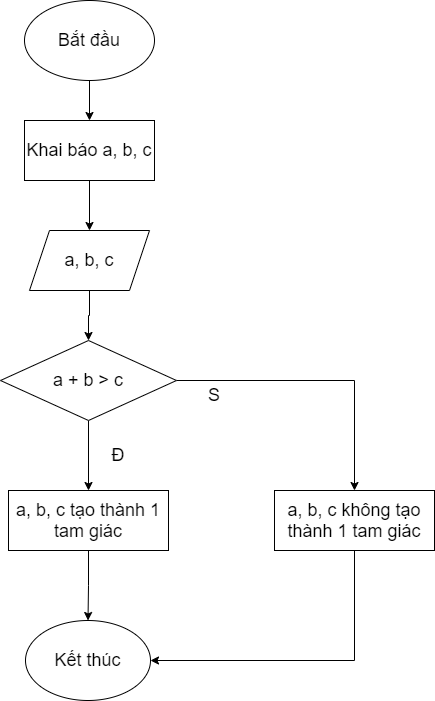
This is lưu đồ bài 11.png from CorpseK/noobmaster69, a draw.io export, as it was before one commit. Source tidied: cells renumbered, new cells last; positions are measured from the earlier drawing's top-left corner, leaving out a move shared by most shapes.
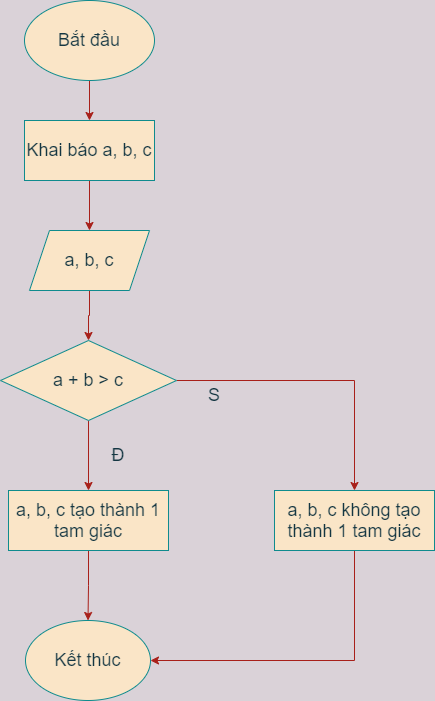
Above is the later version.

What changed in the source:
```diff
@@ -1,57 +1,57 @@
-<mxGraphModel>
+<mxGraphModel background="#DAD2D8">
   <root>
     <mxCell id="0" />
     <mxCell id="1" parent="0" />
-    <mxCell id="2" style="edgeStyle=orthogonalEdgeStyle;rounded=0;jettySize=auto;html=1;fontSize=18;" parent="1" edge="1" source="3" target="5">
+    <mxCell id="2" style="edgeStyle=orthogonalEdgeStyle;rounded=0;jettySize=auto;html=1;fontSize=18;labelBackgroundColor=#DAD2D8;strokeColor=#A8201A;fontColor=#143642;" parent="1" edge="1" source="3" target="5">
       <mxGeometry relative="1" as="geometry" />
     </mxCell>
-    <mxCell id="3" value="&lt;font style=&quot;font-size: 18px&quot;&gt;Bắt đầu&lt;/font&gt;" style="ellipse;whiteSpace=wrap;html=1;" parent="1" vertex="1">
+    <mxCell id="3" value="&lt;font style=&quot;font-size: 18px&quot;&gt;Bắt đầu&lt;/font&gt;" style="ellipse;whiteSpace=wrap;html=1;fillColor=#FAE5C7;strokeColor=#0F8B8D;fontColor=#143642;" parent="1" vertex="1">
       <mxGeometry x="24" width="130" height="80" as="geometry" />
     </mxCell>
-    <mxCell id="4" style="edgeStyle=orthogonalEdgeStyle;rounded=0;jettySize=auto;html=1;fontSize=18;" parent="1" edge="1" source="5" target="7">
+    <mxCell id="4" style="edgeStyle=orthogonalEdgeStyle;rounded=0;jettySize=auto;html=1;fontSize=18;labelBackgroundColor=#DAD2D8;strokeColor=#A8201A;fontColor=#143642;" parent="1" edge="1" source="5" target="7">
       <mxGeometry relative="1" as="geometry" />
     </mxCell>
-    <mxCell id="5" value="Khai báo a, b, c" style="rounded=0;whiteSpace=wrap;html=1;fontSize=18;" parent="1" vertex="1">
+    <mxCell id="5" value="Khai báo a, b, c" style="rounded=0;whiteSpace=wrap;html=1;fontSize=18;fillColor=#FAE5C7;strokeColor=#0F8B8D;fontColor=#143642;" parent="1" vertex="1">
       <mxGeometry x="24" y="120" width="130" height="60" as="geometry" />
     </mxCell>
-    <mxCell id="6" style="edgeStyle=orthogonalEdgeStyle;rounded=0;jettySize=auto;html=1;fontSize=18;" parent="1" edge="1" source="7" target="10">
+    <mxCell id="6" style="edgeStyle=orthogonalEdgeStyle;rounded=0;jettySize=auto;html=1;fontSize=18;labelBackgroundColor=#DAD2D8;strokeColor=#A8201A;fontColor=#143642;" parent="1" edge="1" source="7" target="10">
       <mxGeometry relative="1" as="geometry" />
     </mxCell>
-    <mxCell id="7" value="a, b, c" style="shape=parallelogram;perimeter=parallelogramPerimeter;whiteSpace=wrap;html=1;fixedSize=1;fontSize=18;" parent="1" vertex="1">
+    <mxCell id="7" value="a, b, c" style="shape=parallelogram;perimeter=parallelogramPerimeter;whiteSpace=wrap;html=1;fixedSize=1;fontSize=18;fillColor=#FAE5C7;strokeColor=#0F8B8D;fontColor=#143642;" parent="1" vertex="1">
       <mxGeometry x="29" y="230" width="120" height="60" as="geometry" />
     </mxCell>
-    <mxCell id="8" style="edgeStyle=orthogonalEdgeStyle;rounded=0;jettySize=auto;html=1;fontSize=18;" parent="1" edge="1" source="10" target="12">
+    <mxCell id="8" style="edgeStyle=orthogonalEdgeStyle;rounded=0;jettySize=auto;html=1;fontSize=18;labelBackgroundColor=#DAD2D8;strokeColor=#A8201A;fontColor=#143642;" parent="1" edge="1" source="10" target="12">
       <mxGeometry relative="1" as="geometry" />
     </mxCell>
-    <mxCell id="9" style="edgeStyle=orthogonalEdgeStyle;rounded=0;jettySize=auto;html=1;entryX=0.5;entryY=0;entryDx=0;entryDy=0;fontSize=18;" parent="1" edge="1" source="10" target="15">
+    <mxCell id="9" style="edgeStyle=orthogonalEdgeStyle;rounded=0;jettySize=auto;html=1;entryX=0.5;entryY=0;entryDx=0;entryDy=0;fontSize=18;labelBackgroundColor=#DAD2D8;strokeColor=#A8201A;fontColor=#143642;" parent="1" edge="1" source="10" target="15">
       <mxGeometry relative="1" as="geometry" />
     </mxCell>
-    <mxCell id="10" value="a + b &amp;gt; c" style="rhombus;whiteSpace=wrap;html=1;fontSize=18;" parent="1" vertex="1">
+    <mxCell id="10" value="a + b &amp;gt; c" style="rhombus;whiteSpace=wrap;html=1;fontSize=18;fillColor=#FAE5C7;strokeColor=#0F8B8D;fontColor=#143642;" parent="1" vertex="1">
       <mxGeometry y="340" width="176" height="80" as="geometry" />
     </mxCell>
-    <mxCell id="11" style="edgeStyle=orthogonalEdgeStyle;rounded=0;jettySize=auto;html=1;entryX=0.5;entryY=0;entryDx=0;entryDy=0;fontSize=18;" parent="1" edge="1" source="12" target="13">
+    <mxCell id="11" style="edgeStyle=orthogonalEdgeStyle;rounded=0;jettySize=auto;html=1;entryX=0.5;entryY=0;entryDx=0;entryDy=0;fontSize=18;labelBackgroundColor=#DAD2D8;strokeColor=#A8201A;fontColor=#143642;" parent="1" edge="1" source="12" target="13">
       <mxGeometry relative="1" as="geometry" />
     </mxCell>
-    <mxCell id="12" value="a, b, c tạo thành 1 tam giác" style="rounded=0;whiteSpace=wrap;html=1;fontSize=18;" parent="1" vertex="1">
+    <mxCell id="12" value="a, b, c tạo thành 1 tam giác" style="rounded=0;whiteSpace=wrap;html=1;fontSize=18;fillColor=#FAE5C7;strokeColor=#0F8B8D;fontColor=#143642;" parent="1" vertex="1">
       <mxGeometry x="8" y="490" width="160" height="60" as="geometry" />
     </mxCell>
-    <mxCell id="13" value="Kết thúc" style="ellipse;whiteSpace=wrap;html=1;fontSize=18;" parent="1" vertex="1">
+    <mxCell id="13" value="Kết thúc" style="ellipse;whiteSpace=wrap;html=1;fontSize=18;fillColor=#FAE5C7;strokeColor=#0F8B8D;fontColor=#143642;" parent="1" vertex="1">
       <mxGeometry x="25" y="620" width="125" height="80" as="geometry" />
     </mxCell>
-    <mxCell id="14" style="edgeStyle=orthogonalEdgeStyle;rounded=0;jettySize=auto;html=1;fontSize=18;entryX=1;entryY=0.5;entryDx=0;entryDy=0;" parent="1" edge="1" source="15" target="13">
+    <mxCell id="14" style="edgeStyle=orthogonalEdgeStyle;rounded=0;jettySize=auto;html=1;fontSize=18;entryX=1;entryY=0.5;entryDx=0;entryDy=0;labelBackgroundColor=#DAD2D8;strokeColor=#A8201A;fontColor=#143642;" parent="1" edge="1" source="15" target="13">
       <mxGeometry relative="1" as="geometry">
         <Array as="points">
           <mxPoint x="354" y="660" />
         </Array>
       </mxGeometry>
     </mxCell>
-    <mxCell id="15" value="a, b, c không tạo thành 1 tam giác" style="rounded=0;whiteSpace=wrap;html=1;fontSize=18;" parent="1" vertex="1">
+    <mxCell id="15" value="a, b, c không tạo thành 1 tam giác" style="rounded=0;whiteSpace=wrap;html=1;fontSize=18;fillColor=#FAE5C7;strokeColor=#0F8B8D;fontColor=#143642;" parent="1" vertex="1">
       <mxGeometry x="274" y="490" width="160" height="60" as="geometry" />
     </mxCell>
-    <mxCell id="16" value="Đ" style="text;html=1;strokeColor=none;fillColor=none;align=center;verticalAlign=middle;whiteSpace=wrap;rounded=0;fontSize=18;" parent="1" vertex="1">
+    <mxCell id="16" value="Đ" style="text;html=1;strokeColor=none;fillColor=none;align=center;verticalAlign=middle;whiteSpace=wrap;rounded=0;fontSize=18;fontColor=#143642;" parent="1" vertex="1">
       <mxGeometry x="88" y="440" width="60" height="30" as="geometry" />
     </mxCell>
-    <mxCell id="17" value="S" style="text;html=1;strokeColor=none;fillColor=none;align=center;verticalAlign=middle;whiteSpace=wrap;rounded=0;fontSize=18;" parent="1" vertex="1">
+    <mxCell id="17" value="S" style="text;html=1;strokeColor=none;fillColor=none;align=center;verticalAlign=middle;whiteSpace=wrap;rounded=0;fontSize=18;fontColor=#143642;" parent="1" vertex="1">
       <mxGeometry x="184" y="380" width="60" height="30" as="geometry" />
     </mxCell>
   </root>
```
